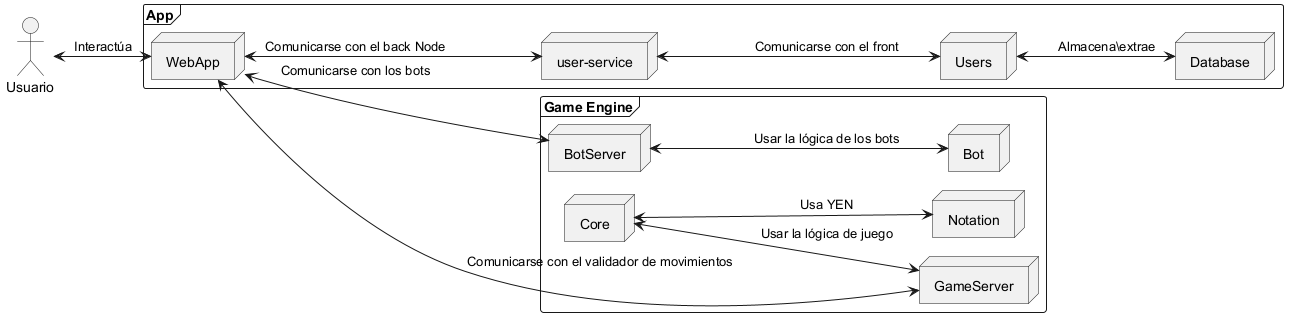
Earlier version of the PlantUML export images/Nivel 2.png (Arquisoft/yovi_es5a).
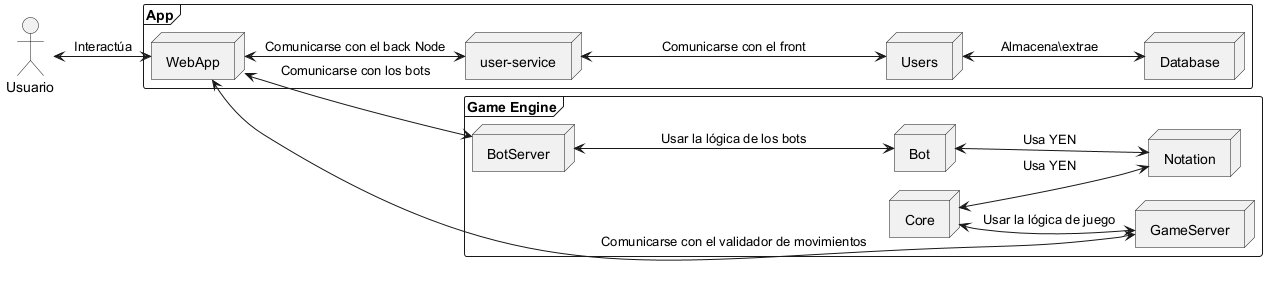
Above is the later version.

Diff of the diagram source:
```diff
@@ -26,6 +26,7 @@
 
 "WebApp" <--> "BotServer" : Comunicarse con los bots
 "WebApp" <--> "GameServer" : Comunicarse con el validador de movimientos
+"Bot" <--> "Notation" : Usa YEN
 "Core" <--> "Notation" : Usa YEN
 "BotServer" <--> "Bot" : Usar la lógica de los bots
 "Core" <--> "GameServer" : Usar la lógica de juego
```
